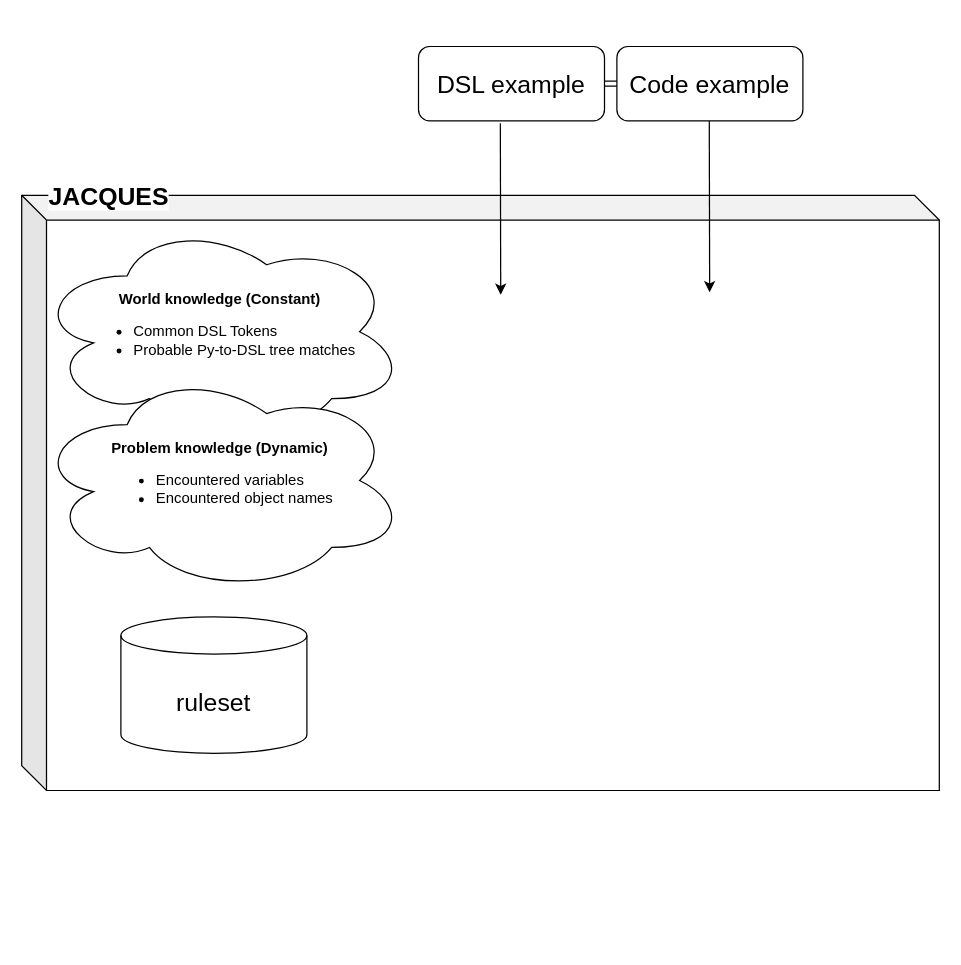
This is documentation/Untitled Diagram.drawio from Goshagosha/Jacques, a draw.io file, before an edit. Source tidied: cells renumbered, new cells numbered last; positions are measured from the earlier drawing's top-left corner, leaving out a move shared by most shapes. Both pictures are drawn from the tidied source at 124%, with x=0, y=0 at pixel (21, 46).
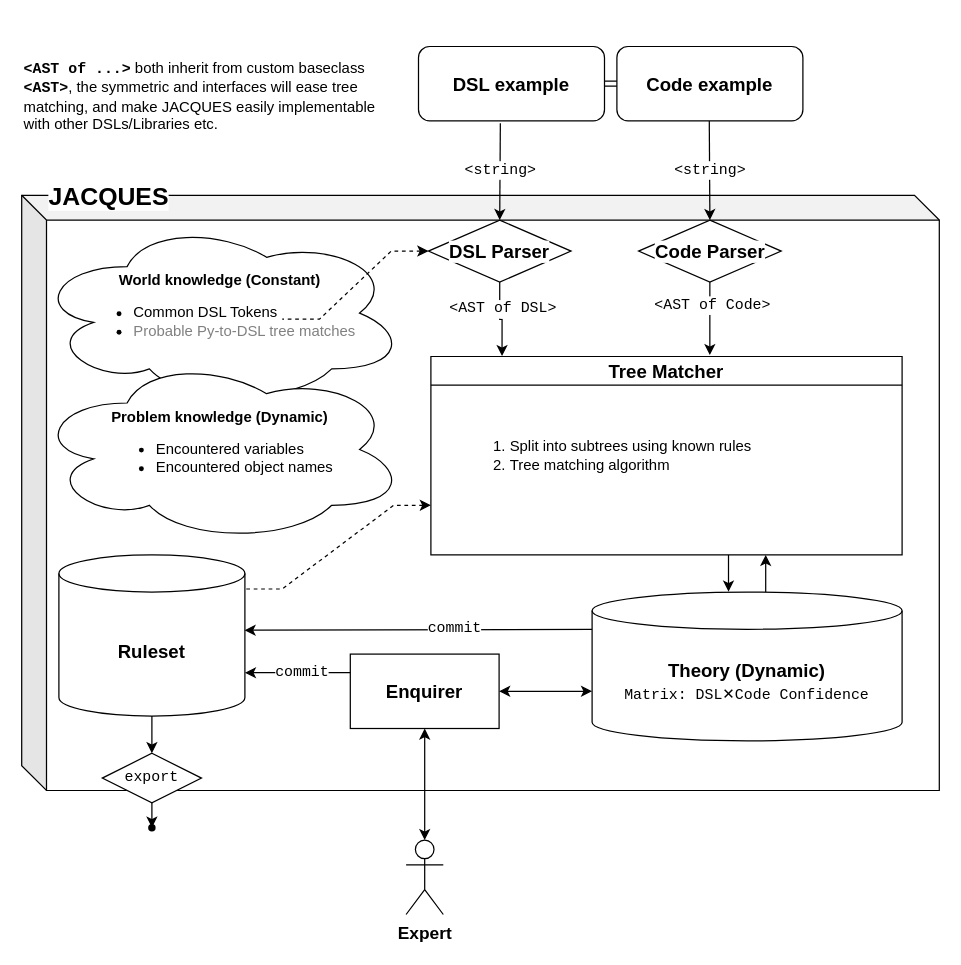
After the change.

What changed in the source:
```diff
@@
-    <mxCell id="2" style="shape=cube;whiteSpace=wrap;html=1;boundedLbl=1;backgroundOutline=1;darkOpacity=0.05;darkOpacity2=0.1;" parent="1" vertex="1">
+    <mxCell id="2" style="shape=cube;whiteSpace=wrap;html=1;boundedLbl=1;backgroundOutline=0;darkOpacity=0.05;darkOpacity2=0.1;" parent="1" vertex="1">
       <mxGeometry y="120" width="740" height="480" as="geometry" />
     </mxCell>
-    <mxCell id="3" value="&lt;div align=&quot;center&quot;&gt;&lt;b&gt;World knowledge (Constant)&lt;br&gt;&lt;/b&gt;&lt;/div&gt;&lt;div align=&quot;left&quot;&gt;&lt;ul&gt;&lt;li&gt;Common DSL Tokens&lt;/li&gt;&lt;li&gt;Probable Py-to-DSL tree matches&lt;/li&gt;&lt;/ul&gt;&lt;/div&gt;" style="ellipse;shape=cloud;whiteSpace=wrap;html=1;align=center;" parent="1" vertex="1">
-      <mxGeometry x="10" y="140" width="300" height="180" as="geometry" />
+    <mxCell id="3" value="&lt;div align=&quot;center&quot;&gt;&lt;b&gt;World knowledge (Constant)&lt;br&gt;&lt;/b&gt;&lt;/div&gt;&lt;div align=&quot;left&quot;&gt;&lt;ul&gt;&lt;li&gt;Common DSL Tokens&lt;/li&gt;&lt;li&gt;&lt;font color=&quot;#808080&quot;&gt;Probable Py-to-DSL tree matches&lt;/font&gt;&lt;/li&gt;&lt;/ul&gt;&lt;/div&gt;" style="ellipse;shape=cloud;whiteSpace=wrap;html=1;align=center;fontFamily=Helvetica;" parent="1" vertex="1">
+      <mxGeometry x="10" y="140" width="300" height="150" as="geometry" />
     </mxCell>
-    <mxCell id="4" value="&lt;div align=&quot;center&quot;&gt;&lt;b&gt;Problem knowledge (Dynamic)&lt;br&gt;&lt;/b&gt;&lt;/div&gt;&lt;div align=&quot;left&quot;&gt;&lt;ul&gt;&lt;li&gt;Encountered variables&lt;/li&gt;&lt;li&gt;Encountered object names&lt;/li&gt;&lt;/ul&gt;&lt;/div&gt;" style="ellipse;shape=cloud;whiteSpace=wrap;html=1;align=center;" parent="1" vertex="1">
-      <mxGeometry x="10" y="260" width="300" height="180" as="geometry" />
+    <mxCell id="4" value="&lt;div align=&quot;center&quot;&gt;&lt;b&gt;Problem knowledge (Dynamic)&lt;br&gt;&lt;/b&gt;&lt;/div&gt;&lt;div align=&quot;left&quot;&gt;&lt;ul&gt;&lt;li&gt;Encountered variables&lt;/li&gt;&lt;li&gt;Encountered object names&lt;/li&gt;&lt;/ul&gt;&lt;/div&gt;" style="ellipse;shape=cloud;whiteSpace=wrap;html=1;align=center;fontFamily=Helvetica;" parent="1" vertex="1">
+      <mxGeometry x="10" y="250" width="300" height="150" as="geometry" />
     </mxCell>
-    <mxCell id="5" value="JACQUES" style="text;html=1;align=center;verticalAlign=middle;strokeColor=none;fillColor=none;fontStyle=1;horizontal=1;fontSize=20;labelBackgroundColor=default;shadow=0;rounded=0;" parent="1" vertex="1">
+    <mxCell id="5" value="JACQUES" style="text;html=1;align=center;verticalAlign=middle;strokeColor=none;fillColor=none;fontStyle=1;horizontal=1;fontSize=20;labelBackgroundColor=default;shadow=0;rounded=0;fontFamily=Helvetica;" parent="1" vertex="1">
       <mxGeometry x="10" y="100" width="120" height="40" as="geometry" />
     </mxCell>
+    <mxCell id="12" style="edgeStyle=orthogonalEdgeStyle;rounded=0;jettySize=auto;html=1;fontFamily=Courier New;fontSize=12;strokeWidth=1;" parent="1" edge="1" source="6" target="25">
+      <mxGeometry relative="1" as="geometry" />
+    </mxCell>
-    <mxCell id="6" value="&lt;div&gt;ruleset&lt;br&gt;&lt;/div&gt;" style="shape=cylinder3;whiteSpace=wrap;html=1;boundedLbl=1;backgroundOutline=1;size=15;rounded=0;shadow=0;labelBackgroundColor=default;fontSize=20;" parent="1" vertex="1">
-      <mxGeometry x="80" y="460" width="150" height="110" as="geometry" />
+    <mxCell id="6" value="&lt;div style=&quot;font-size: 15px;&quot;&gt;Ruleset&lt;br style=&quot;font-size: 15px;&quot;&gt;&lt;/div&gt;" style="shape=cylinder3;whiteSpace=wrap;html=1;boundedLbl=1;backgroundOutline=1;size=15;rounded=0;shadow=0;labelBackgroundColor=default;fontSize=15;fontFamily=Helvetica;fontStyle=1;" parent="1" vertex="1">
+      <mxGeometry x="30" y="410" width="150" height="130" as="geometry" />
     </mxCell>
-    <mxCell id="7" value="DSL example" style="rounded=1;whiteSpace=wrap;html=1;shadow=0;labelBackgroundColor=default;fontSize=20;" parent="1" vertex="1">
+    <mxCell id="7" value="DSL example" style="rounded=1;whiteSpace=wrap;html=1;shadow=0;labelBackgroundColor=default;fontSize=15;fontFamily=Helvetica;fontStyle=1;" parent="1" vertex="1">
       <mxGeometry x="320" width="150" height="60" as="geometry" />
     </mxCell>
@@
-    <mxCell id="9" value="Code example" style="rounded=1;whiteSpace=wrap;html=1;shadow=0;labelBackgroundColor=default;fontSize=20;" parent="1" vertex="1">
+    <mxCell id="9" value="Code example" style="rounded=1;whiteSpace=wrap;html=1;shadow=0;labelBackgroundColor=default;fontSize=15;fontFamily=Helvetica;fontStyle=1;" parent="1" vertex="1">
       <mxGeometry x="480" width="150" height="60" as="geometry" />
     </mxCell>
-    <mxCell id="10" style="endArrow=classic;html=1;rounded=0;fontSize=20;exitX=0.44;exitY=1.033;exitDx=0;exitDy=0;exitPerimeter=0;entryX=0.495;entryY=0.167;entryDx=0;entryDy=0;entryPerimeter=0;" parent="1" edge="1" source="7">
-      <mxGeometry relative="1" as="geometry">
-        <mxPoint x="386.3" y="200.2" as="targetPoint" />
-      </mxGeometry>
+    <mxCell id="10" value="&amp;lt;&lt;font style=&quot;font-size: 12px;&quot;&gt;string&amp;gt;&lt;/font&gt;" style="endArrow=classic;html=1;rounded=0;fontSize=12;exitX=0.44;exitY=1.033;exitDx=0;exitDy=0;exitPerimeter=0;entryX=0.5;entryY=0;entryDx=0;entryDy=0;verticalAlign=middle;fontFamily=Courier New;fontStyle=0;" parent="1" edge="1" source="7" target="16">
+      <mxGeometry x="-0.03" relative="1" as="geometry" />
     </mxCell>
-    <mxCell id="11" style="endArrow=classic;html=1;rounded=0;fontSize=20;exitX=0.44;exitY=1.033;exitDx=0;exitDy=0;exitPerimeter=0;entryX=0.495;entryY=0.167;entryDx=0;entryDy=0;entryPerimeter=0;" parent="1" edge="1">
+    <mxCell id="11" style="endArrow=classic;html=1;rounded=0;fontSize=20;exitX=0.44;exitY=1.033;exitDx=0;exitDy=0;exitPerimeter=0;entryX=0.5;entryY=0;entryDx=0;entryDy=0;" parent="1" edge="1" target="19">
       <mxGeometry relative="1" as="geometry">
         <mxPoint x="554.5" y="60" as="sourcePoint" />
-        <mxPoint x="554.8" y="198.2" as="targetPoint" />
       </mxGeometry>
     </mxCell>
+    <mxCell id="13" value="&amp;lt;string&amp;gt;" style="edgeLabel;html=1;align=center;verticalAlign=middle;fontSize=12;fontFamily=Courier New;fontStyle=0;" parent="11" vertex="1">
+      <mxGeometry x="-0.24" y="1" relative="1" as="geometry">
+        <mxPoint x="-1" y="10" as="offset" />
+      </mxGeometry>
+    </mxCell>
+    <mxCell id="14" style="edgeStyle=orthogonalEdgeStyle;rounded=0;jettySize=auto;html=1;fontFamily=Courier New;fontSize=12;strokeWidth=1;entryX=0.151;entryY=-0.002;entryDx=0;entryDy=0;entryPerimeter=0;" parent="1" edge="1" source="16" target="22">
+      <mxGeometry relative="1" as="geometry" />
+    </mxCell>
+    <mxCell id="15" value="&amp;lt;AST of DSL&amp;gt;" style="edgeLabel;html=1;align=center;verticalAlign=middle;fontSize=12;fontFamily=Courier New;fontStyle=0;" parent="14" vertex="1">
+      <mxGeometry x="-0.33" y="2" relative="1" as="geometry" />
+    </mxCell>
+    <mxCell id="16" value="DSL Parser" style="rhombus;whiteSpace=wrap;html=1;rounded=0;shadow=0;labelBackgroundColor=default;fontSize=15;fontFamily=Helvetica;fontStyle=1;" parent="1" vertex="1">
+      <mxGeometry x="328" y="140" width="115" height="50" as="geometry" />
+    </mxCell>
+    <mxCell id="17" style="edgeStyle=orthogonalEdgeStyle;rounded=0;jettySize=auto;html=1;fontFamily=Courier New;fontSize=12;strokeWidth=1;entryX=0.592;entryY=-0.007;entryDx=0;entryDy=0;entryPerimeter=0;" parent="1" edge="1" source="19" target="22">
+      <mxGeometry relative="1" as="geometry" />
+    </mxCell>
+    <mxCell id="18" value="&amp;lt;AST of Code&amp;gt;" style="edgeLabel;html=1;align=center;verticalAlign=middle;fontSize=12;fontFamily=Courier New;fontStyle=0;" parent="17" vertex="1">
+      <mxGeometry x="-0.34" y="2" relative="1" as="geometry" />
+    </mxCell>
+    <mxCell id="19" value="Code Parser" style="rhombus;whiteSpace=wrap;html=1;rounded=0;shadow=0;labelBackgroundColor=default;fontSize=15;fontFamily=Helvetica;fontStyle=1;" parent="1" vertex="1">
+      <mxGeometry x="497.5" y="140" width="115" height="50" as="geometry" />
+    </mxCell>
+    <mxCell id="20" style="elbow=horizontal;endArrow=none;html=1;rounded=0;fontFamily=Courier New;fontSize=12;strokeWidth=1;dashed=1;exitX=0;exitY=0.5;exitDx=0;exitDy=0;entryX=0.667;entryY=0.533;entryDx=0;entryDy=0;entryPerimeter=0;edgeStyle=entityRelationEdgeStyle;startArrow=classic;startFill=1;endFill=0;" parent="1" edge="1" source="16" target="3">
+      <mxGeometry relative="1" as="geometry" />
+    </mxCell>
+    <mxCell id="21" style="rounded=0;jettySize=auto;html=1;entryX=0.44;entryY=-0.003;entryDx=0;entryDy=0;entryPerimeter=0;fontFamily=Courier New;fontSize=12;strokeWidth=1;" parent="1" edge="1" target="28">
+      <mxGeometry relative="1" as="geometry">
+        <mxPoint x="570" y="410" as="sourcePoint" />
+      </mxGeometry>
+    </mxCell>
+    <mxCell id="22" value="Tree Matcher" style="swimlane;rounded=0;shadow=0;labelBackgroundColor=default;fontFamily=Helvetica;fontSize=15;fontStyle=1;" parent="1" vertex="1">
+      <mxGeometry x="330" y="250" width="380" height="160" as="geometry" />
+    </mxCell>
+    <mxCell id="23" value="&lt;div align=&quot;left&quot;&gt;&lt;ol&gt;&lt;li&gt;Split into subtrees using known rules&lt;/li&gt;&lt;li&gt;Tree matching algorithm&lt;/li&gt;&lt;/ol&gt;&lt;/div&gt;" style="text;html=1;strokeColor=none;fillColor=none;align=left;verticalAlign=middle;whiteSpace=wrap;rounded=0;shadow=0;labelBackgroundColor=default;fontFamily=Helvetica;fontSize=12;labelPosition=center;verticalLabelPosition=middle;" parent="22" vertex="1">
+      <mxGeometry x="22" y="40" width="298" height="80" as="geometry" />
+    </mxCell>
+    <mxCell id="24" style="edgeStyle=orthogonalEdgeStyle;rounded=0;jettySize=auto;html=1;fontFamily=Courier New;fontSize=12;strokeWidth=1;" parent="1" edge="1" source="25" target="26">
+      <mxGeometry relative="1" as="geometry" />
+    </mxCell>
+    <mxCell id="25" value="export" style="rhombus;whiteSpace=wrap;html=1;rounded=0;shadow=0;labelBackgroundColor=default;fontFamily=Courier New;fontSize=12;" parent="1" vertex="1">
+      <mxGeometry x="65" y="570" width="80" height="40" as="geometry" />
+    </mxCell>
+    <mxCell id="26" style="shape=waypoint;sketch=0;size=6;points=[];fillColor=default;perimeter=centerPerimeter;snapToPoint=1;fontFamily=Courier New;rounded=0;shadow=0;labelBackgroundColor=default;" parent="1" vertex="1">
+      <mxGeometry x="85" y="610" width="40" height="40" as="geometry" />
+    </mxCell>
+    <mxCell id="27" style="endArrow=none;html=1;rounded=0;fontFamily=Courier New;fontSize=12;strokeWidth=1;entryX=1;entryY=0;entryDx=0;entryDy=27.5;entryPerimeter=0;dashed=1;exitX=0;exitY=0.75;exitDx=0;exitDy=0;edgeStyle=entityRelationEdgeStyle;startArrow=classic;startFill=1;endFill=0;" parent="1" edge="1" source="22" target="6">
+      <mxGeometry relative="1" as="geometry" />
+    </mxCell>
+    <mxCell id="28" value="&lt;div style=&quot;font-size: 15px;&quot; align=&quot;center&quot;&gt;&lt;font style=&quot;font-size: 15px;&quot;&gt;Theory (Dynamic)&lt;/font&gt;&lt;/div&gt;&lt;div style=&quot;font-size: 15px;&quot; align=&quot;center&quot;&gt;&lt;font style=&quot;font-size: 15px;&quot;&gt;&lt;span style=&quot;font-weight: normal;&quot;&gt;&lt;font style=&quot;font-size: 12px;&quot; face=&quot;Courier New&quot;&gt;Matrix: DSL✕Code Confidence&lt;/font&gt;&lt;/span&gt;&lt;br style=&quot;font-size: 15px;&quot;&gt;&lt;/font&gt;&lt;/div&gt;" style="shape=cylinder3;whiteSpace=wrap;html=1;boundedLbl=1;backgroundOutline=1;size=15;rounded=0;shadow=0;labelBackgroundColor=default;fontFamily=Helvetica;fontSize=15;align=center;fontStyle=1;" parent="1" vertex="1">
+      <mxGeometry x="460" y="440" width="250" height="120" as="geometry" />
+    </mxCell>
+    <mxCell id="29" style="rounded=0;jettySize=auto;html=1;fontFamily=Courier New;fontSize=12;strokeWidth=1;exitX=0.56;exitY=0;exitDx=0;exitDy=0;exitPerimeter=0;" parent="1" edge="1" source="28">
+      <mxGeometry relative="1" as="geometry">
+        <mxPoint x="600" y="410" as="targetPoint" />
+      </mxGeometry>
+    </mxCell>
+    <mxCell id="30" style="edgeStyle=none;rounded=0;jettySize=auto;html=1;entryX=0.5;entryY=0;entryDx=0;entryDy=0;entryPerimeter=0;fontFamily=Courier New;fontSize=12;startArrow=classic;startFill=1;endArrow=classic;endFill=1;strokeWidth=1;" parent="1" edge="1" source="31" target="32">
+      <mxGeometry relative="1" as="geometry" />
+    </mxCell>
+    <mxCell id="31" value="Enquirer" style="rounded=0;whiteSpace=wrap;html=1;shadow=0;labelBackgroundColor=default;fontFamily=Helvetica;fontSize=15;fontStyle=1;" parent="1" vertex="1">
+      <mxGeometry x="265" y="490" width="120" height="60" as="geometry" />
+    </mxCell>
+    <mxCell id="32" value="Expert" style="shape=umlActor;verticalLabelPosition=bottom;verticalAlign=top;html=1;outlineConnect=0;rounded=0;shadow=0;labelBackgroundColor=default;fontFamily=Helvetica;fontSize=14;fontStyle=1;" parent="1" vertex="1">
+      <mxGeometry x="310" y="640" width="30" height="60" as="geometry" />
+    </mxCell>
+    <mxCell id="33" style="endArrow=classic;startArrow=classic;html=1;rounded=0;fontFamily=Courier New;fontSize=12;strokeWidth=1;exitX=1;exitY=0.5;exitDx=0;exitDy=0;" parent="1" edge="1" source="31">
+      <mxGeometry relative="1" as="geometry">
+        <mxPoint x="460" y="520" as="targetPoint" />
+      </mxGeometry>
+    </mxCell>
+    <mxCell id="34" style="endArrow=classic;html=1;rounded=0;fontFamily=Courier New;fontSize=12;strokeWidth=1;exitX=0;exitY=0.25;exitDx=0;exitDy=0;" parent="1" edge="1" source="31">
+      <mxGeometry relative="1" as="geometry">
+        <mxPoint x="180" y="505" as="targetPoint" />
+      </mxGeometry>
+    </mxCell>
+    <mxCell id="35" value="&lt;div style=&quot;font-size: 12px;&quot;&gt;commit&lt;/div&gt;" style="edgeLabel;html=1;align=center;verticalAlign=middle;fontSize=12;fontFamily=Courier New;fontStyle=0;" parent="34" vertex="1">
+      <mxGeometry x="-0.27" y="-2" relative="1" as="geometry">
+        <mxPoint x="-9" y="1" as="offset" />
+      </mxGeometry>
+    </mxCell>
+    <mxCell id="36" style="endArrow=classic;html=1;rounded=0;fontFamily=Courier New;fontSize=12;strokeWidth=1;entryX=0.998;entryY=0.467;entryDx=0;entryDy=0;entryPerimeter=0;" parent="1" edge="1" target="6">
+      <mxGeometry relative="1" as="geometry">
+        <mxPoint x="460" y="470" as="sourcePoint" />
+      </mxGeometry>
+    </mxCell>
+    <mxCell id="37" value="&lt;div style=&quot;font-size: 12px;&quot;&gt;commit&lt;/div&gt;" style="edgeLabel;html=1;align=center;verticalAlign=middle;fontSize=12;fontFamily=Courier New;fontStyle=0;" parent="36" vertex="1">
+      <mxGeometry x="-0.27" y="-2" relative="1" as="geometry">
+        <mxPoint x="-9" y="1" as="offset" />
+      </mxGeometry>
+    </mxCell>
+    <mxCell id="38" value="&lt;b style=&quot;font-size: 12px;&quot;&gt;&lt;font style=&quot;font-size: 12px;&quot; face=&quot;Courier New&quot;&gt;&amp;lt;AST of ...&amp;gt;&lt;/font&gt;&lt;/b&gt; both inherit from custom baseclass &lt;b style=&quot;font-size: 12px;&quot;&gt;&lt;font style=&quot;font-size: 12px;&quot; face=&quot;Courier New&quot;&gt;&amp;lt;AST&amp;gt;&lt;/font&gt;&lt;/b&gt;, the symmetric and interfaces will ease tree matching, and make JACQUES easily implementable with other DSLs/Libraries etc." style="text;html=1;strokeColor=none;fillColor=none;align=left;verticalAlign=middle;whiteSpace=wrap;rounded=0;shadow=0;labelBackgroundColor=default;fontFamily=Helvetica;fontSize=12;fontColor=#000000;" parent="1" vertex="1">
+      <mxGeometry y="-20" width="290" height="120" as="geometry" />
+    </mxCell>
```
